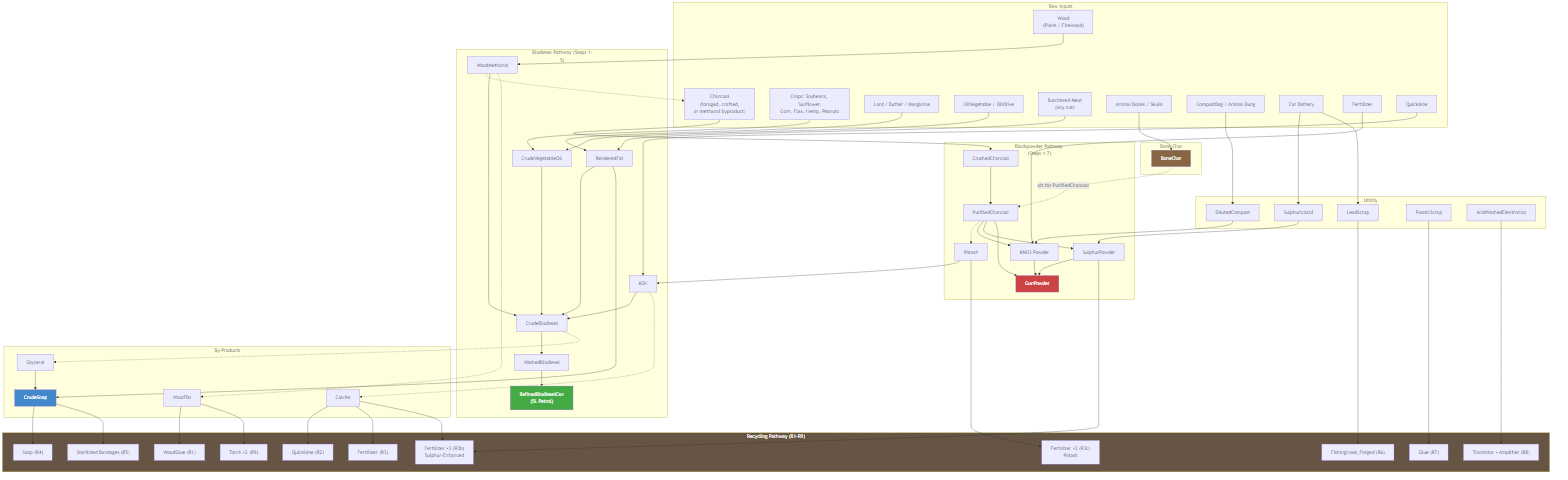
The Mermaid diagram docs/images/recipe-overview.png in phobos-dthorga/mod-pz-chemistry-pathways, before a commit. Its source is kept beside it as docs/mermaid-src/recipe-overview.mmd.
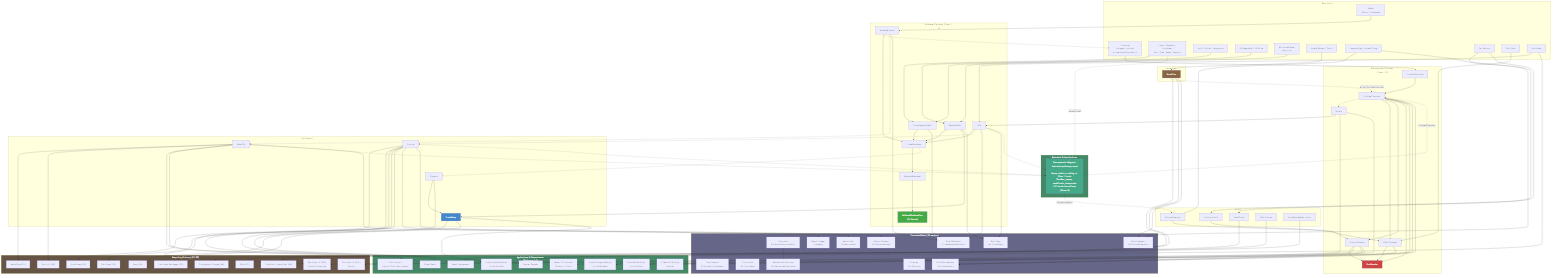
After the commit.

Diff of the diagram source:
```diff
@@ -179,5 +179,18 @@
     style REFINED_BD fill:#4a4,color:#fff
     style SOAP fill:#48c,color:#fff
     style BONECHAR fill:#864,color:#fff
+    subgraph BOT["Botanical & Horticulture Pathway (30+ recipes)"]
+        BOT_REF["See separate diagram:<br/>botanical-pathways.mmd<br/><br/>Hemp stalks → retting → fiber / hurds<br/>Textiles, paper, medicinals, hempcrete<br/>+ 31 horticulture items (Phase 2)"]
+    end
+
+    CROPS -.->|"HempBroken"| BOT_REF
+    KOH -.-> BOT_REF
+    WOODTAR -.-> BOT_REF
+    CALCITE -.-> BOT_REF
+    BOT_REF -.->|"CrushedCharcoal"| PURIFY
+    BOT_REF -.->|"DilutedCompost"| DCOMPOST
+
+    style BOT fill:#486,color:#fff,stroke-dasharray: 5 5
+    style BOT_REF fill:#4a8,color:#fff
     style RC fill:#654,color:#fff
     style AG fill:#486,color:#fff
```
